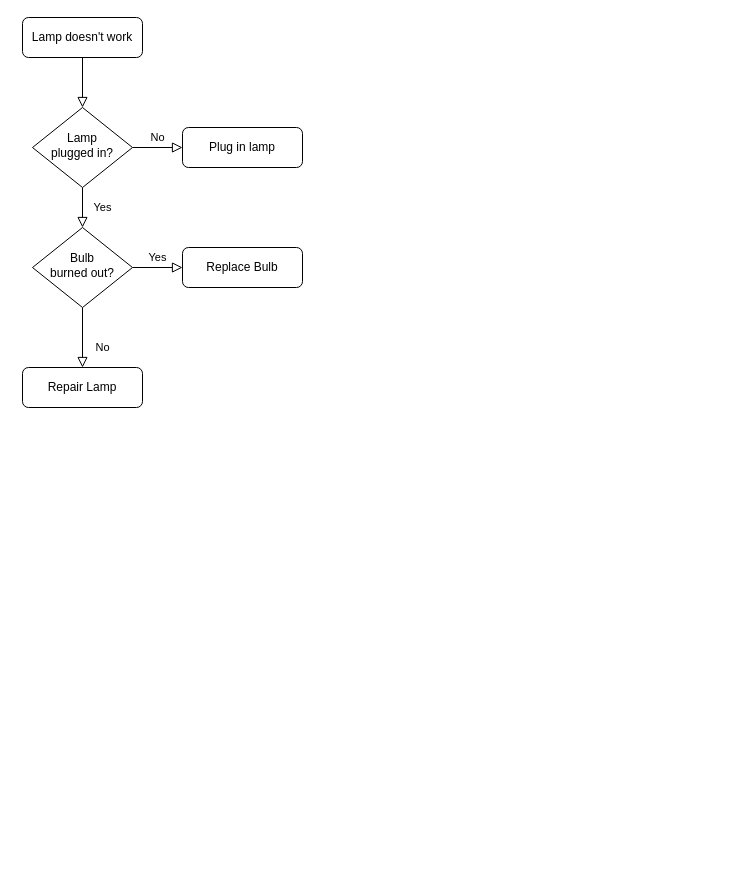
The draw.io diagram hao-api/src/main/Untitled Diagram.drawio in haohaounique/bosmanagement, before the edit. Source tidied: cells renumbered, new cells numbered last; positions are measured from the earlier drawing's top-left corner, leaving out a move shared by most shapes. Both pictures are drawn from the tidied source at 100%, with x=0, y=0 at pixel (22, 17).
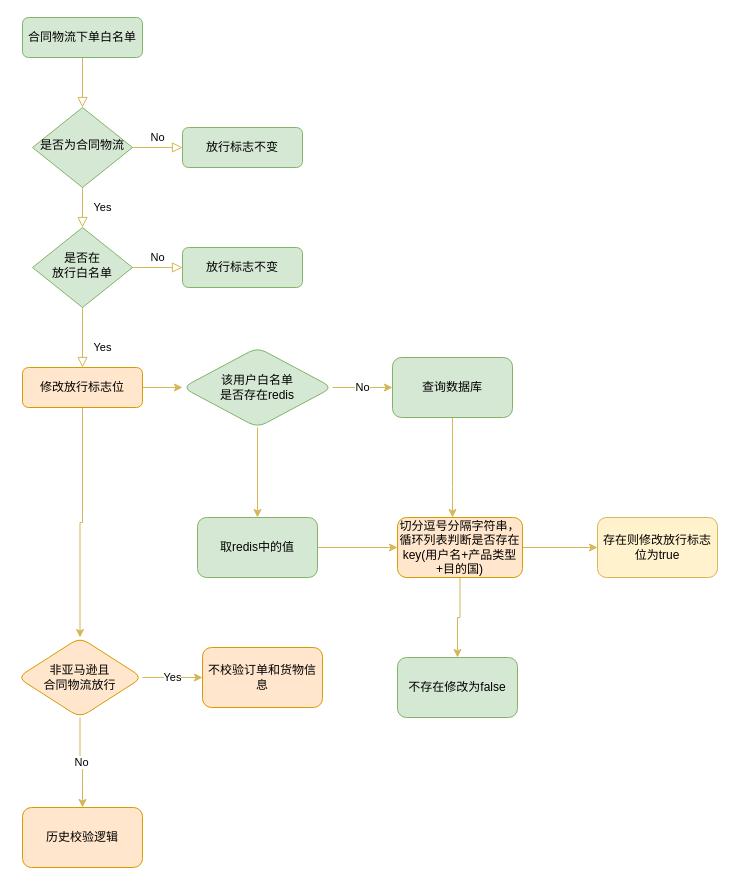
The same diagram, later.

Change to the diagram source:
```diff
@@
-    <mxCell id="2" style="rounded=0;html=1;jettySize=auto;fontSize=11;endArrow=block;endFill=0;endSize=8;strokeWidth=1;shadow=0;labelBackgroundColor=none;edgeStyle=orthogonalEdgeStyle;" parent="1" edge="1" source="3" target="6">
+    <mxCell id="2" style="rounded=0;html=1;jettySize=auto;fontSize=11;endArrow=block;endFill=0;endSize=8;strokeWidth=1;shadow=0;labelBackgroundColor=none;edgeStyle=orthogonalEdgeStyle;fillColor=#fff2cc;strokeColor=#d6b656;" parent="1" edge="1" source="3" target="6">
       <mxGeometry relative="1" as="geometry" />
     </mxCell>
-    <mxCell id="3" value="Lamp doesn't work" style="rounded=1;whiteSpace=wrap;html=1;fontSize=12;glass=0;strokeWidth=1;shadow=0;" parent="1" vertex="1">
+    <mxCell id="3" value="合同物流下单白名单" style="rounded=1;whiteSpace=wrap;html=1;fontSize=12;glass=0;strokeWidth=1;shadow=0;fillColor=#d5e8d4;strokeColor=#82b366;" parent="1" vertex="1">
       <mxGeometry width="120" height="40" as="geometry" />
     </mxCell>
-    <mxCell id="4" value="Yes" style="rounded=0;html=1;jettySize=auto;fontSize=11;endArrow=block;endFill=0;endSize=8;strokeWidth=1;shadow=0;labelBackgroundColor=none;edgeStyle=orthogonalEdgeStyle;" parent="1" edge="1" source="6" target="10">
+    <mxCell id="4" value="Yes" style="rounded=0;html=1;jettySize=auto;fontSize=11;endArrow=block;endFill=0;endSize=8;strokeWidth=1;shadow=0;labelBackgroundColor=none;edgeStyle=orthogonalEdgeStyle;fillColor=#fff2cc;strokeColor=#d6b656;" parent="1" edge="1" source="6" target="10">
       <mxGeometry y="20" relative="1" as="geometry" />
     </mxCell>
-    <mxCell id="5" value="No" style="edgeStyle=orthogonalEdgeStyle;rounded=0;html=1;jettySize=auto;fontSize=11;endArrow=block;endFill=0;endSize=8;strokeWidth=1;shadow=0;labelBackgroundColor=none;" parent="1" edge="1" source="6" target="7">
+    <mxCell id="5" value="No" style="edgeStyle=orthogonalEdgeStyle;rounded=0;html=1;jettySize=auto;fontSize=11;endArrow=block;endFill=0;endSize=8;strokeWidth=1;shadow=0;labelBackgroundColor=none;fillColor=#fff2cc;strokeColor=#d6b656;" parent="1" edge="1" source="6" target="7">
       <mxGeometry y="10" relative="1" as="geometry" />
     </mxCell>
-    <mxCell id="6" value="Lamp&lt;br&gt;plugged in?" style="rhombus;whiteSpace=wrap;html=1;shadow=0;fontFamily=Helvetica;fontSize=12;align=center;strokeWidth=1;spacing=6;spacingTop=-4;" parent="1" vertex="1">
+    <mxCell id="6" value="是否为合同物流" style="rhombus;whiteSpace=wrap;html=1;shadow=0;fontFamily=Helvetica;fontSize=12;align=center;strokeWidth=1;spacing=6;spacingTop=-4;fillColor=#d5e8d4;strokeColor=#82b366;" parent="1" vertex="1">
       <mxGeometry x="10" y="90" width="100" height="80" as="geometry" />
     </mxCell>
-    <mxCell id="7" value="Plug in lamp" style="rounded=1;whiteSpace=wrap;html=1;fontSize=12;glass=0;strokeWidth=1;shadow=0;" parent="1" vertex="1">
+    <mxCell id="7" value="放行标志不变" style="rounded=1;whiteSpace=wrap;html=1;fontSize=12;glass=0;strokeWidth=1;shadow=0;fillColor=#d5e8d4;strokeColor=#82b366;" parent="1" vertex="1">
       <mxGeometry x="160" y="110" width="120" height="40" as="geometry" />
     </mxCell>
-    <mxCell id="8" value="No" style="rounded=0;html=1;jettySize=auto;fontSize=11;endArrow=block;endFill=0;endSize=8;strokeWidth=1;shadow=0;labelBackgroundColor=none;edgeStyle=orthogonalEdgeStyle;" parent="1" edge="1" source="10" target="11">
+    <mxCell id="8" value="Yes" style="rounded=0;html=1;jettySize=auto;fontSize=11;endArrow=block;endFill=0;endSize=8;strokeWidth=1;shadow=0;labelBackgroundColor=none;edgeStyle=orthogonalEdgeStyle;fillColor=#fff2cc;strokeColor=#d6b656;" parent="1" edge="1" source="10" target="11">
       <mxGeometry x="0.33" y="20" relative="1" as="geometry" />
     </mxCell>
-    <mxCell id="9" value="Yes" style="edgeStyle=orthogonalEdgeStyle;rounded=0;html=1;jettySize=auto;fontSize=11;endArrow=block;endFill=0;endSize=8;strokeWidth=1;shadow=0;labelBackgroundColor=none;" parent="1" edge="1" source="10" target="12">
+    <mxCell id="9" value="No" style="edgeStyle=orthogonalEdgeStyle;rounded=0;html=1;jettySize=auto;fontSize=11;endArrow=block;endFill=0;endSize=8;strokeWidth=1;shadow=0;labelBackgroundColor=none;fillColor=#fff2cc;strokeColor=#d6b656;" parent="1" edge="1" source="10" target="12">
       <mxGeometry y="10" relative="1" as="geometry" />
     </mxCell>
-    <mxCell id="10" value="Bulb&lt;br&gt;burned out?" style="rhombus;whiteSpace=wrap;html=1;shadow=0;fontFamily=Helvetica;fontSize=12;align=center;strokeWidth=1;spacing=6;spacingTop=-4;" parent="1" vertex="1">
+    <mxCell id="10" value="是否在&lt;br&gt;放行白名单" style="rhombus;whiteSpace=wrap;html=1;shadow=0;fontFamily=Helvetica;fontSize=12;align=center;strokeWidth=1;spacing=6;spacingTop=-4;fillColor=#d5e8d4;strokeColor=#82b366;" parent="1" vertex="1">
       <mxGeometry x="10" y="210" width="100" height="80" as="geometry" />
     </mxCell>
+    <mxCell id="13" style="edgeStyle=orthogonalEdgeStyle;rounded=0;jettySize=auto;html=1;fillColor=#fff2cc;strokeColor=#d6b656;" parent="1" edge="1" source="11" target="19">
+      <mxGeometry relative="1" as="geometry" />
+    </mxCell>
+    <mxCell id="14" style="edgeStyle=orthogonalEdgeStyle;rounded=0;jettySize=auto;html=1;fillColor=#fff2cc;strokeColor=#d6b656;" parent="1" edge="1" source="11" target="29">
+      <mxGeometry relative="1" as="geometry" />
+    </mxCell>
-    <mxCell id="11" value="Repair Lamp" style="rounded=1;whiteSpace=wrap;html=1;fontSize=12;glass=0;strokeWidth=1;shadow=0;" parent="1" vertex="1">
+    <mxCell id="11" value="修改放行标志位" style="rounded=1;whiteSpace=wrap;html=1;fontSize=12;glass=0;strokeWidth=1;shadow=0;fillColor=#ffe6cc;strokeColor=#d79b00;" parent="1" vertex="1">
       <mxGeometry y="350" width="120" height="40" as="geometry" />
     </mxCell>
-    <mxCell id="12" value="Replace Bulb" style="rounded=1;whiteSpace=wrap;html=1;fontSize=12;glass=0;strokeWidth=1;shadow=0;" parent="1" vertex="1">
+    <mxCell id="12" value="放行标志不变" style="rounded=1;whiteSpace=wrap;html=1;fontSize=12;glass=0;strokeWidth=1;shadow=0;fillColor=#d5e8d4;strokeColor=#82b366;" parent="1" vertex="1">
       <mxGeometry x="160" y="230" width="120" height="40" as="geometry" />
     </mxCell>
+    <mxCell id="15" style="edgeStyle=orthogonalEdgeStyle;rounded=0;jettySize=auto;html=1;fillColor=#fff2cc;strokeColor=#d6b656;" parent="1" edge="1" source="16" target="24">
+      <mxGeometry relative="1" as="geometry">
+        <Array as="points">
+          <mxPoint x="430" y="470" />
+          <mxPoint x="430" y="470" />
+        </Array>
+      </mxGeometry>
+    </mxCell>
+    <mxCell id="16" value="查询数据库" style="whiteSpace=wrap;html=1;rounded=1;shadow=0;strokeWidth=1;glass=0;fillColor=#d5e8d4;strokeColor=#82b366;" parent="1" vertex="1">
+      <mxGeometry x="370" y="340" width="120" height="60" as="geometry" />
+    </mxCell>
+    <mxCell id="17" value="No" style="edgeStyle=orthogonalEdgeStyle;rounded=0;jettySize=auto;html=1;fillColor=#fff2cc;strokeColor=#d6b656;" parent="1" edge="1" source="19" target="16">
+      <mxGeometry relative="1" as="geometry" />
+    </mxCell>
+    <mxCell id="18" style="edgeStyle=orthogonalEdgeStyle;rounded=0;jettySize=auto;html=1;fillColor=#fff2cc;strokeColor=#d6b656;" parent="1" edge="1" source="19" target="21">
+      <mxGeometry relative="1" as="geometry" />
+    </mxCell>
+    <mxCell id="19" value="该用户白名单&lt;br&gt;是否存在redis" style="rhombus;whiteSpace=wrap;html=1;rounded=1;shadow=0;strokeWidth=1;glass=0;fillColor=#d5e8d4;strokeColor=#82b366;" parent="1" vertex="1">
+      <mxGeometry x="160" y="330" width="150" height="80" as="geometry" />
+    </mxCell>
+    <mxCell id="20" style="edgeStyle=orthogonalEdgeStyle;rounded=0;jettySize=auto;html=1;fillColor=#fff2cc;strokeColor=#d6b656;" parent="1" edge="1" source="21" target="24">
+      <mxGeometry relative="1" as="geometry" />
+    </mxCell>
+    <mxCell id="21" value="取redis中的值" style="whiteSpace=wrap;html=1;rounded=1;shadow=0;strokeWidth=1;glass=0;fillColor=#d5e8d4;strokeColor=#82b366;" parent="1" vertex="1">
+      <mxGeometry x="175" y="500" width="120" height="60" as="geometry" />
+    </mxCell>
+    <mxCell id="22" style="edgeStyle=orthogonalEdgeStyle;rounded=0;jettySize=auto;html=1;fillColor=#fff2cc;strokeColor=#d6b656;" parent="1" edge="1" source="24" target="25">
+      <mxGeometry relative="1" as="geometry" />
+    </mxCell>
+    <mxCell id="23" style="edgeStyle=orthogonalEdgeStyle;rounded=0;jettySize=auto;html=1;fillColor=#fff2cc;strokeColor=#d6b656;" parent="1" edge="1" source="24" target="26">
+      <mxGeometry relative="1" as="geometry" />
+    </mxCell>
+    <mxCell id="24" value="切分逗号分隔字符串，循环列表判断是否存在key(用户名+产品类型+目的国)" style="whiteSpace=wrap;html=1;rounded=1;shadow=0;strokeWidth=1;glass=0;fillColor=#ffe6cc;strokeColor=#d79b00;" parent="1" vertex="1">
+      <mxGeometry x="375" y="500" width="125" height="60" as="geometry" />
+    </mxCell>
+    <mxCell id="25" value="存在则修改放行标志位为true" style="whiteSpace=wrap;html=1;rounded=1;shadow=0;strokeWidth=1;glass=0;fillColor=#fff2cc;strokeColor=#d6b656;" parent="1" vertex="1">
+      <mxGeometry x="575" y="500" width="120" height="60" as="geometry" />
+    </mxCell>
+    <mxCell id="26" value="不存在修改为false" style="whiteSpace=wrap;html=1;rounded=1;shadow=0;strokeWidth=1;glass=0;fillColor=#d5e8d4;strokeColor=#82b366;" parent="1" vertex="1">
+      <mxGeometry x="375" y="640" width="120" height="60" as="geometry" />
+    </mxCell>
+    <mxCell id="27" value="Yes" style="edgeStyle=orthogonalEdgeStyle;rounded=0;jettySize=auto;html=1;fillColor=#fff2cc;strokeColor=#d6b656;" parent="1" edge="1" source="29" target="30">
+      <mxGeometry relative="1" as="geometry" />
+    </mxCell>
+    <mxCell id="28" value="No" style="edgeStyle=orthogonalEdgeStyle;rounded=0;jettySize=auto;html=1;fillColor=#fff2cc;strokeColor=#d6b656;" parent="1" edge="1" source="29" target="31">
+      <mxGeometry relative="1" as="geometry" />
+    </mxCell>
+    <mxCell id="29" value="非亚马逊且&lt;br&gt;合同物流放行" style="rhombus;whiteSpace=wrap;html=1;rounded=1;shadow=0;strokeWidth=1;glass=0;fillColor=#ffe6cc;strokeColor=#d79b00;" parent="1" vertex="1">
+      <mxGeometry x="-5" y="620" width="125" height="80" as="geometry" />
+    </mxCell>
+    <mxCell id="30" value="不校验订单和货物信息" style="whiteSpace=wrap;html=1;rounded=1;shadow=0;strokeWidth=1;glass=0;fillColor=#ffe6cc;strokeColor=#d79b00;" parent="1" vertex="1">
+      <mxGeometry x="180" y="630" width="120" height="60" as="geometry" />
+    </mxCell>
+    <mxCell id="31" value="历史校验逻辑" style="whiteSpace=wrap;html=1;rounded=1;shadow=0;strokeWidth=1;glass=0;fillColor=#ffe6cc;strokeColor=#d79b00;" parent="1" vertex="1">
+      <mxGeometry y="790" width="120" height="60" as="geometry" />
+    </mxCell>
```
